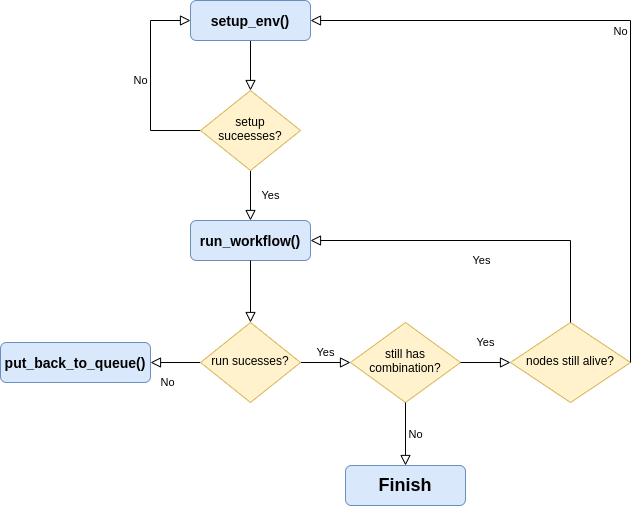
The draw.io diagram images/experiment_flowchart.png in ntlinh16/cloudal, before a commit. Source tidied: cells renumbered, new cells last; positions are measured from the earlier drawing's top-left corner, leaving out a move shared by most shapes. Source of this version:
```xml
<mxGraphModel>
  <root>
    <mxCell id="0" />
    <mxCell id="1" parent="0" />
    <mxCell id="2" style="rounded=0;html=1;jettySize=auto;fontSize=11;endArrow=block;endFill=0;endSize=8;strokeWidth=1;shadow=0;labelBackgroundColor=none;edgeStyle=orthogonalEdgeStyle;" parent="1" edge="1" source="3" target="6">
      <mxGeometry relative="1" as="geometry" />
    </mxCell>
    <mxCell id="3" value="&lt;font style=&quot;font-size: 14px&quot;&gt;&lt;b&gt;setup_env()&lt;/b&gt;&lt;/font&gt;" style="rounded=1;whiteSpace=wrap;html=1;fontSize=12;glass=0;strokeWidth=1;shadow=0;fillColor=#dae8fc;strokeColor=#6c8ebf;" parent="1" vertex="1">
      <mxGeometry x="190" width="120" height="40" as="geometry" />
    </mxCell>
    <mxCell id="4" value="Yes" style="rounded=0;html=1;jettySize=auto;fontSize=11;endArrow=block;endFill=0;endSize=8;strokeWidth=1;shadow=0;labelBackgroundColor=none;edgeStyle=orthogonalEdgeStyle;entryX=0.5;entryY=0;entryDx=0;entryDy=0;" parent="1" edge="1" source="6" target="11">
      <mxGeometry y="20" relative="1" as="geometry" />
    </mxCell>
    <mxCell id="5" value="No" style="edgeStyle=orthogonalEdgeStyle;rounded=0;html=1;jettySize=auto;fontSize=11;endArrow=block;endFill=0;endSize=8;strokeWidth=1;shadow=0;labelBackgroundColor=none;entryX=0;entryY=0.5;entryDx=0;entryDy=0;" parent="1" edge="1" source="6" target="3">
      <mxGeometry y="10" relative="1" as="geometry">
        <Array as="points">
          <mxPoint x="150" y="130" />
          <mxPoint x="150" y="20" />
        </Array>
      </mxGeometry>
    </mxCell>
    <mxCell id="6" value="setup&lt;br&gt;suceesses?" style="rhombus;whiteSpace=wrap;html=1;shadow=0;fontFamily=Helvetica;fontSize=12;align=center;strokeWidth=1;spacing=6;spacingTop=-4;fillColor=#fff2cc;strokeColor=#d6b656;" parent="1" vertex="1">
      <mxGeometry x="200" y="90" width="100" height="80" as="geometry" />
    </mxCell>
    <mxCell id="7" value="No" style="rounded=0;html=1;jettySize=auto;fontSize=11;endArrow=block;endFill=0;endSize=8;strokeWidth=1;shadow=0;labelBackgroundColor=none;edgeStyle=orthogonalEdgeStyle;" parent="1" edge="1" source="9" target="10">
      <mxGeometry x="0.33" y="20" relative="1" as="geometry" />
    </mxCell>
    <mxCell id="8" value="Yes" style="edgeStyle=orthogonalEdgeStyle;rounded=0;html=1;jettySize=auto;fontSize=11;endArrow=block;endFill=0;endSize=8;strokeWidth=1;shadow=0;labelBackgroundColor=none;entryX=0;entryY=0.5;entryDx=0;entryDy=0;" parent="1" edge="1" source="9" target="12">
      <mxGeometry y="10" relative="1" as="geometry" />
    </mxCell>
    <mxCell id="9" value="run sucesses?" style="rhombus;whiteSpace=wrap;html=1;shadow=0;fontFamily=Helvetica;fontSize=12;align=center;strokeWidth=1;spacing=6;spacingTop=-4;fillColor=#fff2cc;strokeColor=#d6b656;" parent="1" vertex="1">
      <mxGeometry x="200" y="322" width="100" height="80" as="geometry" />
    </mxCell>
    <mxCell id="10" value="&lt;font style=&quot;font-size: 14px&quot;&gt;&lt;b&gt;put_back_to_queue()&lt;/b&gt;&lt;/font&gt;" style="rounded=1;whiteSpace=wrap;html=1;fontSize=12;glass=0;strokeWidth=1;shadow=0;fillColor=#dae8fc;strokeColor=#6c8ebf;" parent="1" vertex="1">
      <mxGeometry y="342" width="150" height="40" as="geometry" />
    </mxCell>
    <mxCell id="11" value="&lt;font style=&quot;font-size: 14px&quot;&gt;&lt;b&gt;run_workflow()&lt;/b&gt;&lt;/font&gt;" style="rounded=1;whiteSpace=wrap;html=1;fontSize=12;glass=0;strokeWidth=1;shadow=0;fillColor=#dae8fc;strokeColor=#6c8ebf;" parent="1" vertex="1">
      <mxGeometry x="190" y="220" width="120" height="40" as="geometry" />
    </mxCell>
    <mxCell id="12" value="still has combination?" style="rhombus;whiteSpace=wrap;html=1;shadow=0;fontFamily=Helvetica;fontSize=12;align=center;strokeWidth=1;spacing=6;spacingTop=-4;fillColor=#fff2cc;strokeColor=#d6b656;" parent="1" vertex="1">
      <mxGeometry x="350" y="322" width="110" height="80" as="geometry" />
    </mxCell>
    <mxCell id="13" value="Yes" style="rounded=0;html=1;jettySize=auto;fontSize=11;endArrow=block;endFill=0;endSize=8;strokeWidth=1;shadow=0;labelBackgroundColor=none;edgeStyle=orthogonalEdgeStyle;entryX=0;entryY=0.5;entryDx=0;entryDy=0;exitX=1;exitY=0.5;exitDx=0;exitDy=0;" parent="1" edge="1" source="12" target="16">
      <mxGeometry y="20" relative="1" as="geometry" />
    </mxCell>
    <mxCell id="14" value="&lt;b&gt;&lt;font style=&quot;font-size: 18px&quot;&gt;Finish&lt;/font&gt;&lt;/b&gt;" style="rounded=1;whiteSpace=wrap;html=1;fontSize=12;glass=0;strokeWidth=1;shadow=0;fillColor=#dae8fc;strokeColor=#6c8ebf;" parent="1" vertex="1">
      <mxGeometry x="345" y="465" width="120" height="40" as="geometry" />
    </mxCell>
    <mxCell id="15" value="No" style="edgeStyle=orthogonalEdgeStyle;rounded=0;html=1;jettySize=auto;fontSize=11;endArrow=block;endFill=0;endSize=8;strokeWidth=1;shadow=0;labelBackgroundColor=none;exitX=0.5;exitY=1;exitDx=0;exitDy=0;entryX=0.5;entryY=0;entryDx=0;entryDy=0;" parent="1" edge="1" source="12" target="14">
      <mxGeometry y="10" relative="1" as="geometry">
        <Array as="points">
          <mxPoint x="405" y="465" />
        </Array>
      </mxGeometry>
    </mxCell>
    <mxCell id="16" value="nodes still alive?" style="rhombus;whiteSpace=wrap;html=1;shadow=0;fontFamily=Helvetica;fontSize=12;align=center;strokeWidth=1;spacing=6;spacingTop=-4;fillColor=#fff2cc;strokeColor=#d6b656;" parent="1" vertex="1">
      <mxGeometry x="510" y="322" width="120" height="80" as="geometry" />
    </mxCell>
    <mxCell id="17" value="Yes" style="rounded=0;html=1;jettySize=auto;fontSize=11;endArrow=block;endFill=0;endSize=8;strokeWidth=1;shadow=0;labelBackgroundColor=none;edgeStyle=orthogonalEdgeStyle;entryX=1;entryY=0.5;entryDx=0;entryDy=0;exitX=0.5;exitY=0;exitDx=0;exitDy=0;" parent="1" edge="1" source="16" target="11">
      <mxGeometry y="20" relative="1" as="geometry" />
    </mxCell>
    <mxCell id="18" value="No" style="edgeStyle=orthogonalEdgeStyle;rounded=0;html=1;jettySize=auto;fontSize=11;endArrow=block;endFill=0;endSize=8;strokeWidth=1;shadow=0;labelBackgroundColor=none;entryX=1;entryY=0.5;entryDx=0;entryDy=0;exitX=1;exitY=0.5;exitDx=0;exitDy=0;" parent="1" edge="1" source="16" target="3">
      <mxGeometry y="10" relative="1" as="geometry">
        <Array as="points">
          <mxPoint x="630" y="20" />
        </Array>
      </mxGeometry>
    </mxCell>
    <mxCell id="19" style="rounded=0;html=1;jettySize=auto;fontSize=11;endArrow=block;endFill=0;endSize=8;strokeWidth=1;shadow=0;labelBackgroundColor=none;edgeStyle=orthogonalEdgeStyle;exitX=0.5;exitY=1;exitDx=0;exitDy=0;" parent="1" edge="1" source="11" target="9">
      <mxGeometry relative="1" as="geometry" />
    </mxCell>
  </root>
</mxGraphModel>
```
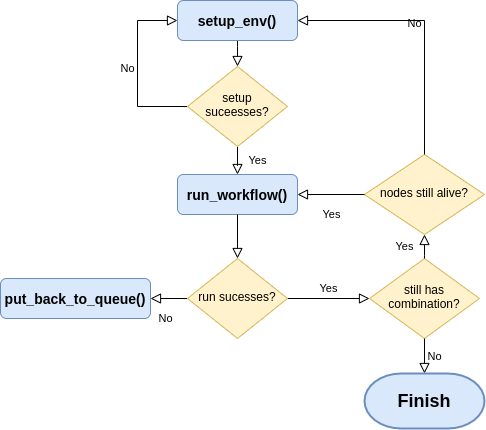
Later version of the same file.

Commit message:
doc: update experiment flowchart image

The edit, as a diff of the source:
```diff
@@ -3,24 +3,34 @@
     <mxCell id="0" />
     <mxCell id="1" parent="0" />
     <mxCell id="2" style="rounded=0;html=1;jettySize=auto;fontSize=11;endArrow=block;endFill=0;endSize=8;strokeWidth=1;shadow=0;labelBackgroundColor=none;edgeStyle=orthogonalEdgeStyle;" parent="1" edge="1" source="3" target="6">
-      <mxGeometry relative="1" as="geometry" />
+      <mxGeometry relative="1" as="geometry">
+        <Array as="points">
+          <mxPoint x="250" y="51" />
+          <mxPoint x="250" y="51" />
+        </Array>
+      </mxGeometry>
     </mxCell>
     <mxCell id="3" value="&lt;font style=&quot;font-size: 14px&quot;&gt;&lt;b&gt;setup_env()&lt;/b&gt;&lt;/font&gt;" style="rounded=1;whiteSpace=wrap;html=1;fontSize=12;glass=0;strokeWidth=1;shadow=0;fillColor=#dae8fc;strokeColor=#6c8ebf;" parent="1" vertex="1">
-      <mxGeometry x="190" width="120" height="40" as="geometry" />
+      <mxGeometry x="190" y="5" width="120" height="40" as="geometry" />
     </mxCell>
     <mxCell id="4" value="Yes" style="rounded=0;html=1;jettySize=auto;fontSize=11;endArrow=block;endFill=0;endSize=8;strokeWidth=1;shadow=0;labelBackgroundColor=none;edgeStyle=orthogonalEdgeStyle;entryX=0.5;entryY=0;entryDx=0;entryDy=0;" parent="1" edge="1" source="6" target="11">
-      <mxGeometry y="20" relative="1" as="geometry" />
+      <mxGeometry y="20" relative="1" as="geometry">
+        <Array as="points">
+          <mxPoint x="250" y="170" />
+          <mxPoint x="250" y="170" />
+        </Array>
+      </mxGeometry>
     </mxCell>
-    <mxCell id="5" value="No" style="edgeStyle=orthogonalEdgeStyle;rounded=0;html=1;jettySize=auto;fontSize=11;endArrow=block;endFill=0;endSize=8;strokeWidth=1;shadow=0;labelBackgroundColor=none;entryX=0;entryY=0.5;entryDx=0;entryDy=0;" parent="1" edge="1" source="6" target="3">
+    <mxCell id="5" value="No" style="edgeStyle=orthogonalEdgeStyle;rounded=0;html=1;jettySize=auto;fontSize=11;endArrow=block;endFill=0;endSize=8;strokeWidth=1;shadow=0;labelBackgroundColor=none;entryX=0;entryY=0.5;entryDx=0;entryDy=0;exitX=0;exitY=0.5;exitDx=0;exitDy=0;" parent="1" edge="1" source="6" target="3">
       <mxGeometry y="10" relative="1" as="geometry">
         <Array as="points">
-          <mxPoint x="150" y="130" />
-          <mxPoint x="150" y="20" />
+          <mxPoint x="150" y="111" />
+          <mxPoint x="150" y="25" />
         </Array>
       </mxGeometry>
     </mxCell>
     <mxCell id="6" value="setup&lt;br&gt;suceesses?" style="rhombus;whiteSpace=wrap;html=1;shadow=0;fontFamily=Helvetica;fontSize=12;align=center;strokeWidth=1;spacing=6;spacingTop=-4;fillColor=#fff2cc;strokeColor=#d6b656;" parent="1" vertex="1">
-      <mxGeometry x="200" y="90" width="100" height="80" as="geometry" />
+      <mxGeometry x="200" y="71" width="100" height="80" as="geometry" />
     </mxCell>
     <mxCell id="7" value="No" style="rounded=0;html=1;jettySize=auto;fontSize=11;endArrow=block;endFill=0;endSize=8;strokeWidth=1;shadow=0;labelBackgroundColor=none;edgeStyle=orthogonalEdgeStyle;" parent="1" edge="1" source="9" target="10">
       <mxGeometry x="0.33" y="20" relative="1" as="geometry" />
@@ -29,45 +39,46 @@
       <mxGeometry y="10" relative="1" as="geometry" />
     </mxCell>
     <mxCell id="9" value="run sucesses?" style="rhombus;whiteSpace=wrap;html=1;shadow=0;fontFamily=Helvetica;fontSize=12;align=center;strokeWidth=1;spacing=6;spacingTop=-4;fillColor=#fff2cc;strokeColor=#d6b656;" parent="1" vertex="1">
-      <mxGeometry x="200" y="322" width="100" height="80" as="geometry" />
+      <mxGeometry x="200" y="263" width="100" height="80" as="geometry" />
     </mxCell>
     <mxCell id="10" value="&lt;font style=&quot;font-size: 14px&quot;&gt;&lt;b&gt;put_back_to_queue()&lt;/b&gt;&lt;/font&gt;" style="rounded=1;whiteSpace=wrap;html=1;fontSize=12;glass=0;strokeWidth=1;shadow=0;fillColor=#dae8fc;strokeColor=#6c8ebf;" parent="1" vertex="1">
-      <mxGeometry y="342" width="150" height="40" as="geometry" />
+      <mxGeometry x="13" y="283" width="150" height="40" as="geometry" />
     </mxCell>
     <mxCell id="11" value="&lt;font style=&quot;font-size: 14px&quot;&gt;&lt;b&gt;run_workflow()&lt;/b&gt;&lt;/font&gt;" style="rounded=1;whiteSpace=wrap;html=1;fontSize=12;glass=0;strokeWidth=1;shadow=0;fillColor=#dae8fc;strokeColor=#6c8ebf;" parent="1" vertex="1">
-      <mxGeometry x="190" y="220" width="120" height="40" as="geometry" />
+      <mxGeometry x="190" y="179" width="120" height="40" as="geometry" />
     </mxCell>
     <mxCell id="12" value="still has combination?" style="rhombus;whiteSpace=wrap;html=1;shadow=0;fontFamily=Helvetica;fontSize=12;align=center;strokeWidth=1;spacing=6;spacingTop=-4;fillColor=#fff2cc;strokeColor=#d6b656;" parent="1" vertex="1">
-      <mxGeometry x="350" y="322" width="110" height="80" as="geometry" />
+      <mxGeometry x="382" y="263" width="110" height="80" as="geometry" />
     </mxCell>
-    <mxCell id="13" value="Yes" style="rounded=0;html=1;jettySize=auto;fontSize=11;endArrow=block;endFill=0;endSize=8;strokeWidth=1;shadow=0;labelBackgroundColor=none;edgeStyle=orthogonalEdgeStyle;entryX=0;entryY=0.5;entryDx=0;entryDy=0;exitX=1;exitY=0.5;exitDx=0;exitDy=0;" parent="1" edge="1" source="12" target="16">
-      <mxGeometry y="20" relative="1" as="geometry" />
+    <mxCell id="13" value="Yes" style="rounded=0;html=1;jettySize=auto;fontSize=11;endArrow=block;endFill=0;endSize=8;strokeWidth=1;shadow=0;labelBackgroundColor=none;edgeStyle=orthogonalEdgeStyle;exitX=0.5;exitY=0;exitDx=0;exitDy=0;entryX=0.5;entryY=1;entryDx=0;entryDy=0;" parent="1" edge="1" source="12" target="16">
+      <mxGeometry y="20" relative="1" as="geometry">
+        <Array as="points">
+          <mxPoint x="437" y="260" />
+          <mxPoint x="437" y="260" />
+        </Array>
+      </mxGeometry>
     </mxCell>
-    <mxCell id="14" value="&lt;b&gt;&lt;font style=&quot;font-size: 18px&quot;&gt;Finish&lt;/font&gt;&lt;/b&gt;" style="rounded=1;whiteSpace=wrap;html=1;fontSize=12;glass=0;strokeWidth=1;shadow=0;fillColor=#dae8fc;strokeColor=#6c8ebf;" parent="1" vertex="1">
-      <mxGeometry x="345" y="465" width="120" height="40" as="geometry" />
-    </mxCell>
-    <mxCell id="15" value="No" style="edgeStyle=orthogonalEdgeStyle;rounded=0;html=1;jettySize=auto;fontSize=11;endArrow=block;endFill=0;endSize=8;strokeWidth=1;shadow=0;labelBackgroundColor=none;exitX=0.5;exitY=1;exitDx=0;exitDy=0;entryX=0.5;entryY=0;entryDx=0;entryDy=0;" parent="1" edge="1" source="12" target="14">
-      <mxGeometry y="10" relative="1" as="geometry">
-        <Array as="points">
-          <mxPoint x="405" y="465" />
-        </Array>
-      </mxGeometry>
+    <mxCell id="15" value="No" style="edgeStyle=orthogonalEdgeStyle;rounded=0;html=1;jettySize=auto;fontSize=11;endArrow=block;endFill=0;endSize=8;strokeWidth=1;shadow=0;labelBackgroundColor=none;exitX=0.5;exitY=1;exitDx=0;exitDy=0;entryX=0.5;entryY=0;entryDx=0;entryDy=0;entryPerimeter=0;" parent="1" edge="1" source="12" target="14">
+      <mxGeometry y="10" relative="1" as="geometry" />
     </mxCell>
     <mxCell id="16" value="nodes still alive?" style="rhombus;whiteSpace=wrap;html=1;shadow=0;fontFamily=Helvetica;fontSize=12;align=center;strokeWidth=1;spacing=6;spacingTop=-4;fillColor=#fff2cc;strokeColor=#d6b656;" parent="1" vertex="1">
-      <mxGeometry x="510" y="322" width="120" height="80" as="geometry" />
+      <mxGeometry x="377" y="159" width="120" height="80" as="geometry" />
     </mxCell>
-    <mxCell id="17" value="Yes" style="rounded=0;html=1;jettySize=auto;fontSize=11;endArrow=block;endFill=0;endSize=8;strokeWidth=1;shadow=0;labelBackgroundColor=none;edgeStyle=orthogonalEdgeStyle;entryX=1;entryY=0.5;entryDx=0;entryDy=0;exitX=0.5;exitY=0;exitDx=0;exitDy=0;" parent="1" edge="1" source="16" target="11">
+    <mxCell id="17" value="Yes" style="rounded=0;html=1;jettySize=auto;fontSize=11;endArrow=block;endFill=0;endSize=8;strokeWidth=1;shadow=0;labelBackgroundColor=none;edgeStyle=orthogonalEdgeStyle;entryX=1;entryY=0.5;entryDx=0;entryDy=0;exitX=0;exitY=0.5;exitDx=0;exitDy=0;" parent="1" edge="1" source="16" target="11">
       <mxGeometry y="20" relative="1" as="geometry" />
     </mxCell>
-    <mxCell id="18" value="No" style="edgeStyle=orthogonalEdgeStyle;rounded=0;html=1;jettySize=auto;fontSize=11;endArrow=block;endFill=0;endSize=8;strokeWidth=1;shadow=0;labelBackgroundColor=none;entryX=1;entryY=0.5;entryDx=0;entryDy=0;exitX=1;exitY=0.5;exitDx=0;exitDy=0;" parent="1" edge="1" source="16" target="3">
+    <mxCell id="18" value="No" style="edgeStyle=orthogonalEdgeStyle;rounded=0;html=1;jettySize=auto;fontSize=11;endArrow=block;endFill=0;endSize=8;strokeWidth=1;shadow=0;labelBackgroundColor=none;exitX=0.5;exitY=0;exitDx=0;exitDy=0;entryX=1;entryY=0.5;entryDx=0;entryDy=0;" parent="1" edge="1" source="16" target="3">
       <mxGeometry y="10" relative="1" as="geometry">
         <Array as="points">
-          <mxPoint x="630" y="20" />
+          <mxPoint x="437" y="25" />
         </Array>
       </mxGeometry>
     </mxCell>
     <mxCell id="19" style="rounded=0;html=1;jettySize=auto;fontSize=11;endArrow=block;endFill=0;endSize=8;strokeWidth=1;shadow=0;labelBackgroundColor=none;edgeStyle=orthogonalEdgeStyle;exitX=0.5;exitY=1;exitDx=0;exitDy=0;" parent="1" edge="1" source="11" target="9">
       <mxGeometry relative="1" as="geometry" />
     </mxCell>
+    <mxCell id="14" value="&lt;b&gt;&lt;font style=&quot;font-size: 18px&quot;&gt;Finish&lt;/font&gt;&lt;/b&gt;" style="strokeWidth=2;html=1;shape=mxgraph.flowchart.terminator;whiteSpace=wrap;fillColor=#dae8fc;strokeColor=#6c8ebf;" parent="1" vertex="1">
+      <mxGeometry x="377" y="378" width="120" height="55" as="geometry" />
+    </mxCell>
   </root>
 </mxGraphModel>
```
